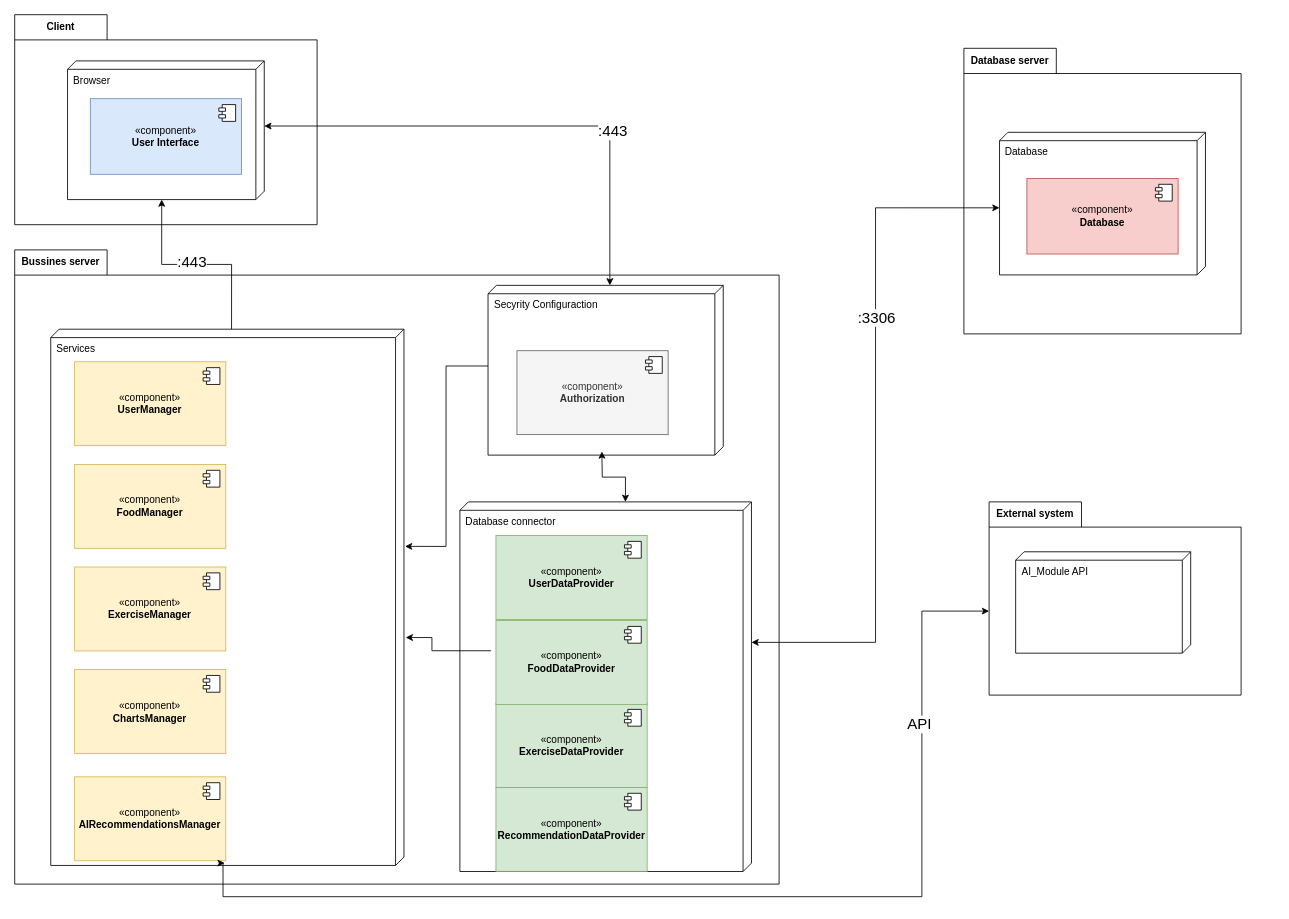
Above: dw_information/documentation_everything/deploymentHB.drawio in v-petrov/DW_HealthBody-Mind (draw.io), before the change. Source tidied: cells renumbered, new cells numbered last; positions are measured from the earlier drawing's top-left corner, leaving out a move shared by most shapes. Both pictures are drawn from the tidied source at 84%, with x=0, y=0 at pixel (14, 14).
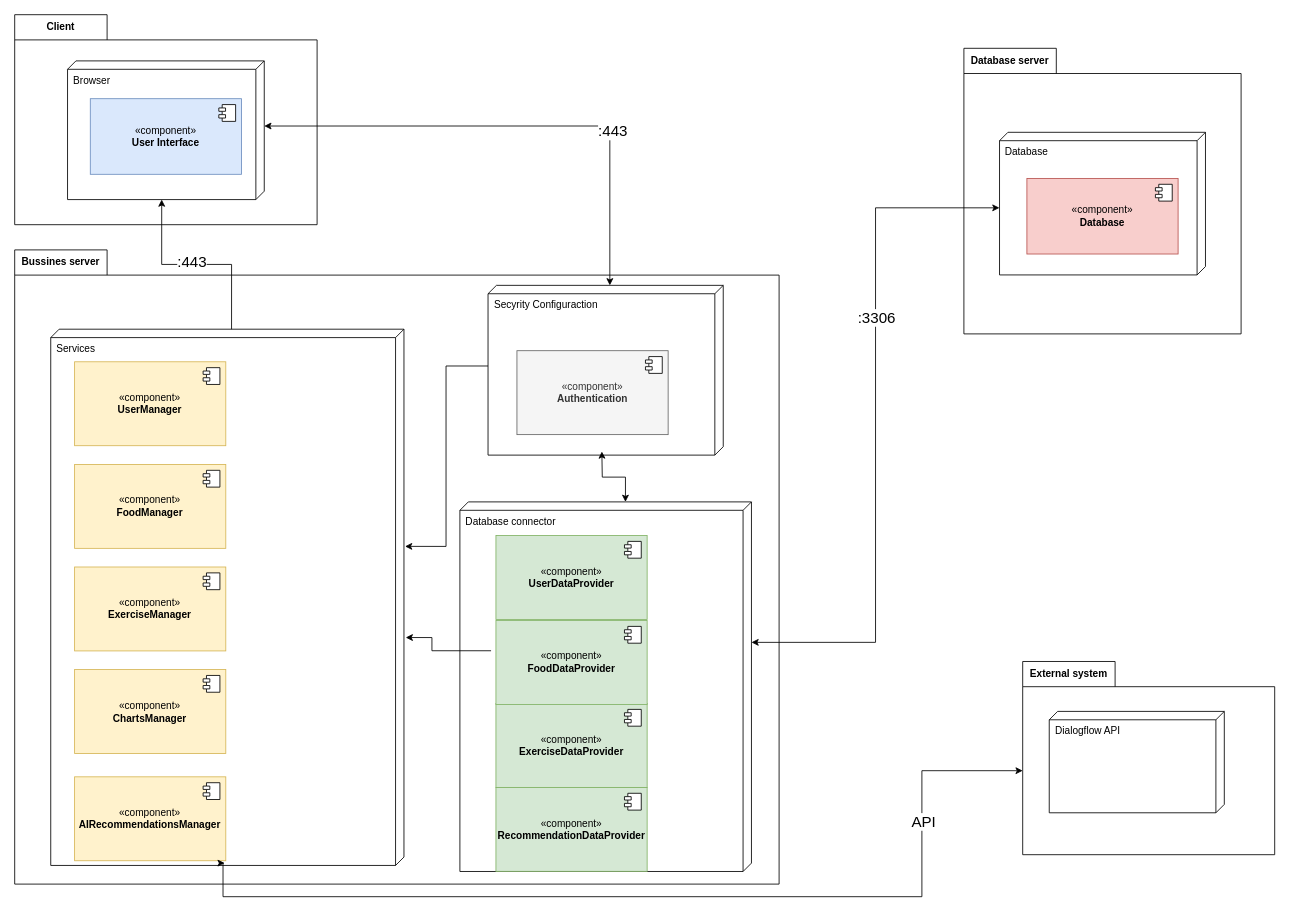
Above is the later version.

The change refers to these unchanged cells:
```xml
<mxCell id="7" value="Bussines server" style="shape=folder;fontStyle=1;tabWidth=110;tabHeight=30;tabPosition=left;html=1;boundedLbl=1;labelInHeader=1;whiteSpace=wrap;" parent="1" vertex="1">
  <mxGeometry y="280" width="910" height="755" as="geometry" />
</mxCell>
```

Change to the diagram source:
```diff
@@
-    <mxCell id="18" value="«component»&lt;br&gt;&lt;b&gt;Authorization&lt;/b&gt;" style="html=1;whiteSpace=wrap;fillColor=#f5f5f5;strokeColor=#666666;fontColor=#333333;" parent="7" vertex="1">
+    <mxCell id="18" value="«component»&lt;br&gt;&lt;b&gt;Authentication&lt;/b&gt;" style="html=1;whiteSpace=wrap;fillColor=#f5f5f5;strokeColor=#666666;fontColor=#333333;" parent="7" vertex="1">
       <mxGeometry x="597.9" y="120" width="180" height="99.9" as="geometry" />
     </mxCell>
@@
     <mxCell id="40" value="External system" style="shape=folder;fontStyle=1;tabWidth=110;tabHeight=30;tabPosition=left;html=1;boundedLbl=1;labelInHeader=1;whiteSpace=wrap;" parent="1" vertex="1">
-      <mxGeometry x="1160" y="580" width="300" height="230" as="geometry" />
+      <mxGeometry x="1200" y="770" width="300" height="230" as="geometry" />
     </mxCell>
     <mxCell id="41" style="html=1;strokeColor=none;fillColor=none;whiteSpace=wrap;" parent="40" vertex="1">
-      <mxGeometry width="300" height="77.79" relative="1" as="geometry">
+      <mxGeometry width="300" height="100" relative="1" as="geometry">
         <mxPoint y="30" as="offset" />
       </mxGeometry>
     </mxCell>
-    <mxCell id="42" value="AI_Module API" style="verticalAlign=top;align=left;shape=cube;size=10;direction=south;fontStyle=0;html=1;boundedLbl=1;spacingLeft=5;whiteSpace=wrap;" parent="40" vertex="1">
+    <mxCell id="42" value="Dialogflow API" style="verticalAlign=top;align=left;shape=cube;size=10;direction=south;fontStyle=0;html=1;boundedLbl=1;spacingLeft=5;whiteSpace=wrap;" parent="40" vertex="1">
       <mxGeometry x="31.6" y="59.4" width="208.4" height="120.7" as="geometry" />
     </mxCell>
@@
     <mxCell id="47" style="edgeStyle=orthogonalEdgeStyle;rounded=0;jettySize=auto;html=1;exitX=0;exitY=0;exitDx=0;exitDy=130;exitPerimeter=0;startArrow=classic;startFill=1;" parent="1" edge="1" source="40">
       <mxGeometry relative="1" as="geometry">
         <mxPoint x="250" y="1010" as="targetPoint" />
         <Array as="points">
-          <mxPoint x="1080" y="710" />
+          <mxPoint x="1080" y="900" />
           <mxPoint x="1080" y="1050" />
           <mxPoint x="248" y="1050" />
+          <mxPoint x="248" y="1010" />
         </Array>
       </mxGeometry>
     </mxCell>
     <mxCell id="48" value="API" style="edgeLabel;html=1;align=center;verticalAlign=middle;fontSize=18;" parent="47" vertex="1">
       <mxGeometry x="-0.45" y="-4" relative="1" as="geometry">
-        <mxPoint y="-142" as="offset" />
+        <mxPoint x="46" y="-86" as="offset" />
       </mxGeometry>
     </mxCell>
```
